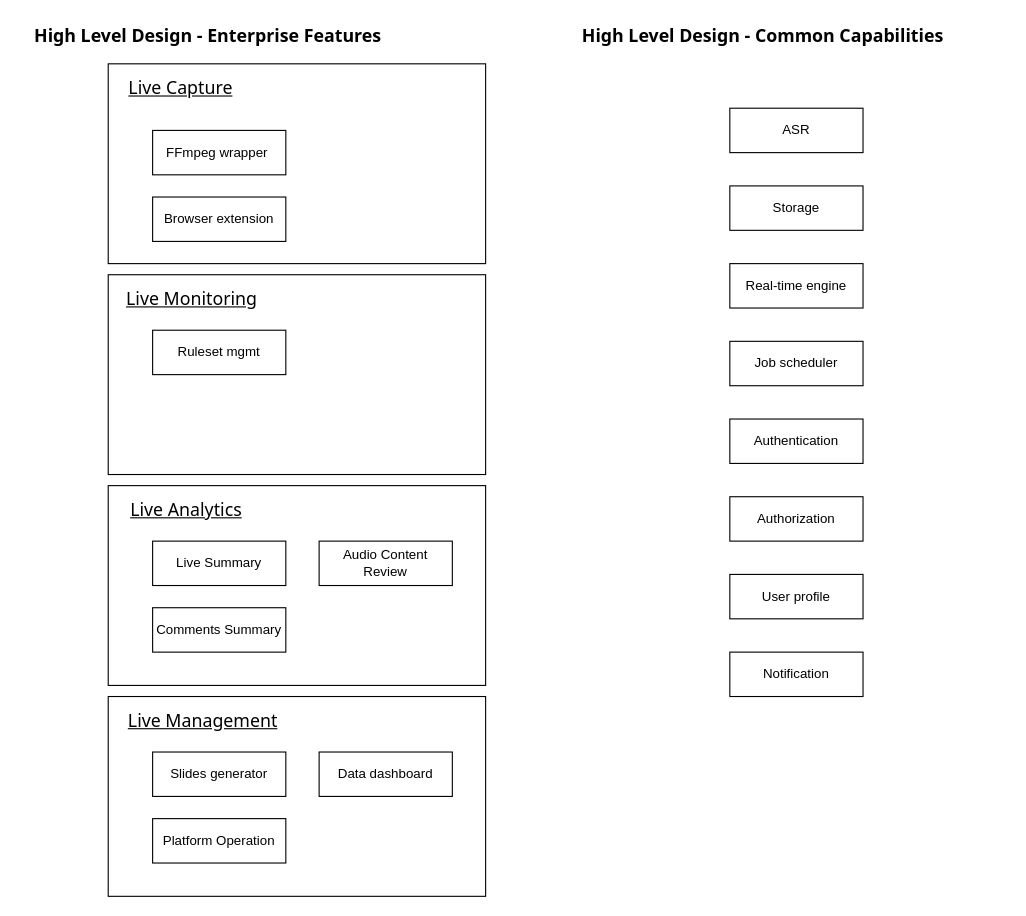
This is LiveChamp-Enterprise.drawio from sinbane/diagrams, a draw.io file, before an edit. Source tidied: cells renumbered, new cells numbered last; positions are measured from the earlier drawing's top-left corner, leaving out a move shared by most shapes. Both pictures are drawn from the tidied source at 111%, with x=0, y=0 at pixel (19, 19).
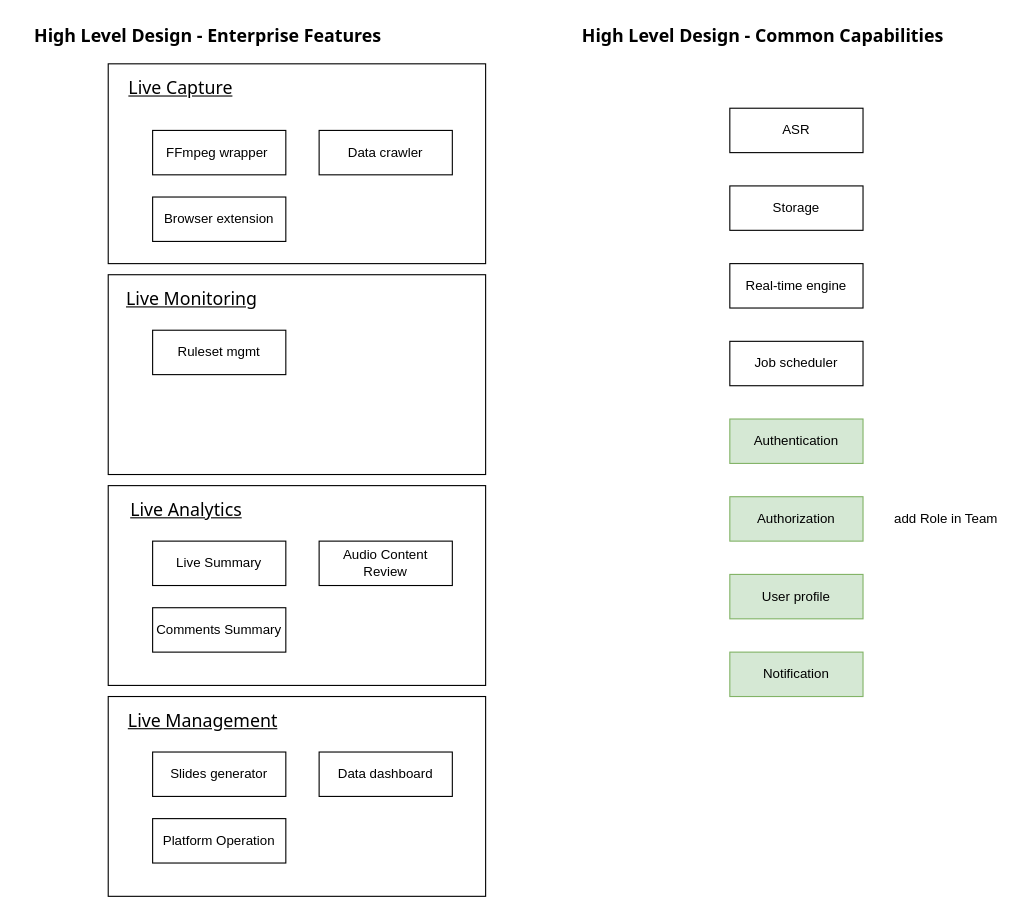
The same diagram, later.

Unchanged cells that the change refers to:
```xml
<mxCell id="6" style="group;" parent="1" vertex="1">
  <mxGeometry x="80" y="40" width="340" height="180" as="geometry" />
</mxCell>
```

The edit, as a diff of the source:
```diff
@@
+    <mxCell id="33" value="Data crawler" style="rounded=0;whiteSpace=wrap;html=1;" parent="6" vertex="1">
+      <mxGeometry x="190" y="60" width="120" height="40" as="geometry" />
+    </mxCell>
@@
-    <mxCell id="29" value="Authentication" style="rounded=0;whiteSpace=wrap;html=1;" parent="1" vertex="1">
+    <mxCell id="29" value="Authentication" style="rounded=0;whiteSpace=wrap;html=1;fillColor=#d5e8d4;strokeColor=#82b366;" parent="1" vertex="1">
       <mxGeometry x="640" y="360" width="120" height="40" as="geometry" />
     </mxCell>
-    <mxCell id="30" value="Authorization" style="rounded=0;whiteSpace=wrap;html=1;" parent="1" vertex="1">
+    <mxCell id="30" value="Authorization" style="rounded=0;whiteSpace=wrap;html=1;fillColor=#d5e8d4;strokeColor=#82b366;" parent="1" vertex="1">
       <mxGeometry x="640" y="430" width="120" height="40" as="geometry" />
     </mxCell>
-    <mxCell id="31" value="User profile" style="rounded=0;whiteSpace=wrap;html=1;" parent="1" vertex="1">
+    <mxCell id="31" value="User profile" style="rounded=0;whiteSpace=wrap;html=1;fillColor=#d5e8d4;strokeColor=#82b366;" parent="1" vertex="1">
       <mxGeometry x="640" y="500" width="120" height="40" as="geometry" />
     </mxCell>
-    <mxCell id="32" value="Notification" style="rounded=0;whiteSpace=wrap;html=1;" parent="1" vertex="1">
+    <mxCell id="32" value="Notification" style="rounded=0;whiteSpace=wrap;html=1;fillColor=#d5e8d4;strokeColor=#82b366;" parent="1" vertex="1">
       <mxGeometry x="640" y="570" width="120" height="40" as="geometry" />
     </mxCell>
+    <mxCell id="34" value="add Role in Team" style="text;html=1;strokeColor=none;fillColor=none;align=center;verticalAlign=middle;whiteSpace=wrap;rounded=0;" parent="1" vertex="1">
+      <mxGeometry x="780" y="435" width="110" height="30" as="geometry" />
+    </mxCell>
```
